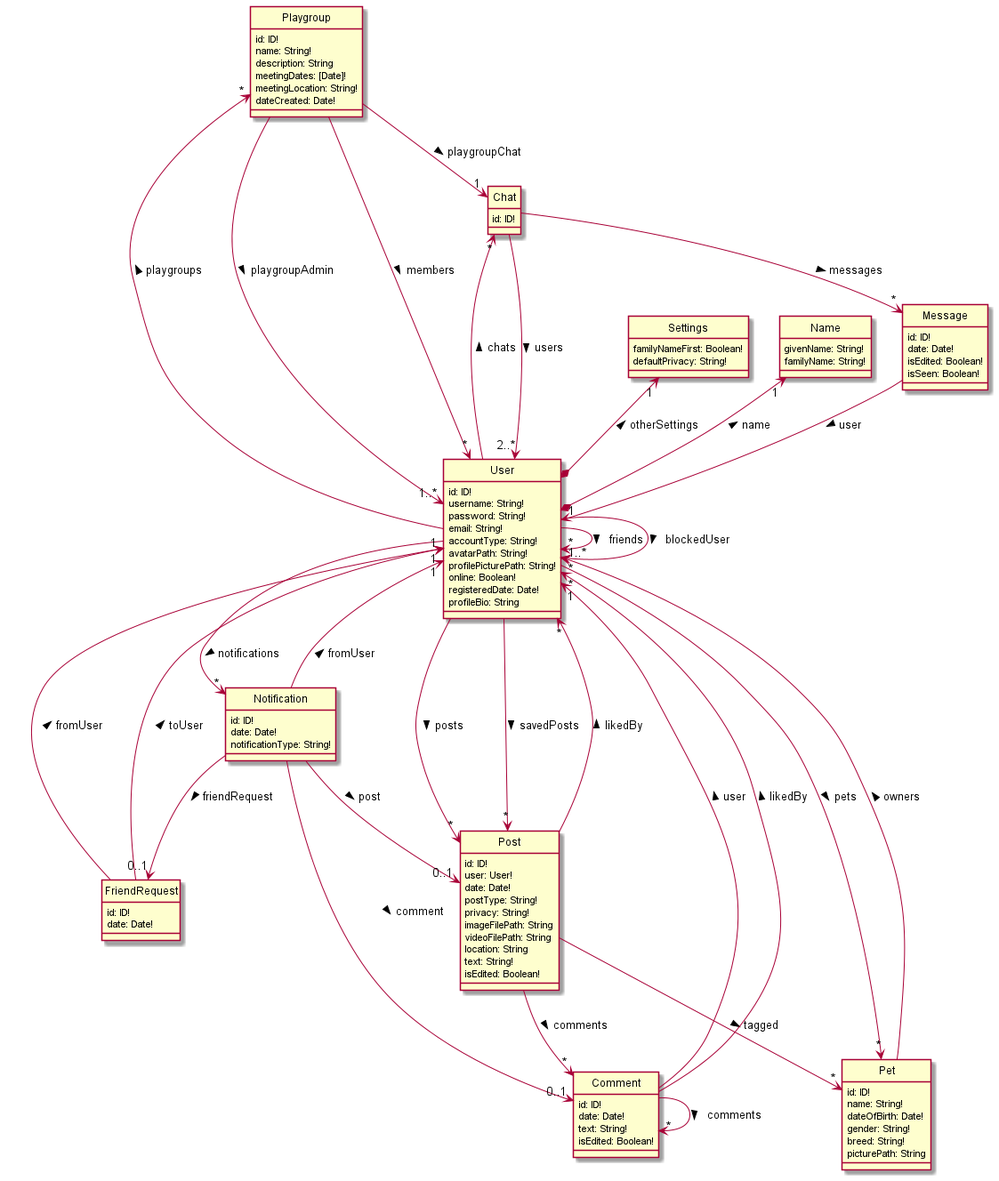
Earlier version of the PlantUML export docs/uml/DataSchemaExplicitConnections.png (bryanwhl/pet-social). Its diagram source:
```plantuml
@startuml DataSchema
hide circle
skinparam classAttributeIconSize 0

class User {
    id: ID!
    username: String!
    password: String!
    email: String!
    accountType: String!
    avatarPath: String!
    profilePicturePath: String!
    online: Boolean!
    registeredDate: Date!
    profileBio: String
}

class Name {
    givenName: String!
    familyName: String!
}

class Settings {
    familyNameFirst: Boolean!
    defaultPrivacy: String!
}

class Post {
    id: ID!
    user: User!
    date: Date!
    postType: String!
    privacy: String!
    imageFilePath: String
    videoFilePath: String
    location: String
    text: String!
    isEdited: Boolean!
}

class Comment {
    id: ID!
    date: Date!
    text: String!
    isEdited: Boolean!
}

class Notification {
    id: ID!
    date: Date!
    notificationType: String!
}

class Chat {
    id: ID!
}

class Message {
    id: ID!
    date: Date!
    isEdited: Boolean!
    isSeen: Boolean!
}

class Pet {
    id: ID!
    name: String!
    dateOfBirth: Date!
    gender: String!
    breed: String!
    picturePath: String
}

class Playgroup {
    id: ID!
    name: String!
    description: String
    meetingDates: [Date]!
    meetingLocation: String!
    dateCreated: Date!
}

class FriendRequest {
    id: ID!
    date: Date!
}

User *-up-> "1" Name : name >
User *-up-> "1" Settings : otherSettings >
User --> "*" User : friends >
User --> "*" User : blockedUser >
User --> "*" Post : posts >
User --> "*" Post : savedPosts >
User -up-> "*" Chat: chats >
User --> "*" Notification: notifications >
User -up-> "*" Playgroup: playgroups >
User --> "*" Pet: pets >

Post --> "*" Pet: tagged >
Post --> "*" User: likedBy >
Post --> "*" Comment: comments >

Comment --> "1" User: user >
Comment --> "*" User: likedBy >
Comment --> "*" Comment: comments >

Notification --> "0..1" Post: post >
Notification --> "1" User: fromUser >
Notification --> "0..1" FriendRequest: friendRequest >
Notification --> "0..1" Comment: comment >

Chat --> "2..*" User: users >
Chat --> "*" Message: messages >

Message --> "1" User: user >

Pet --> "1..*" User: owners >

Playgroup --> "1..*" User: playgroupAdmin >
Playgroup --> "*" User: members >
Playgroup --> "1" Chat: playgroupChat >

FriendRequest -left-> "1" User: fromUser >
FriendRequest -left-> "1" User: toUser >

@enduml
```
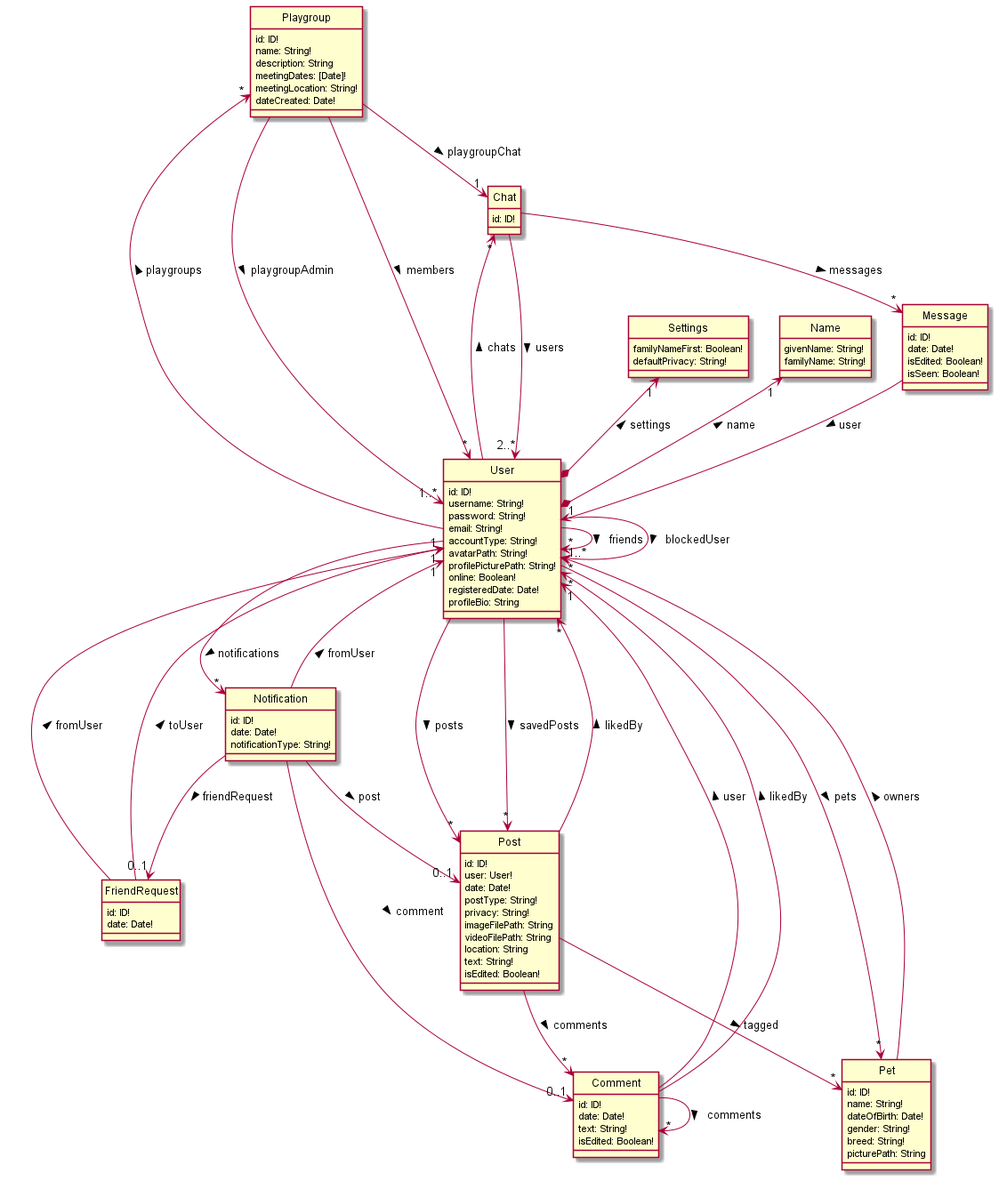
After the commit.

Change to the diagram source:
```diff
@@ -1,4 +1,4 @@
-@startuml DataSchema
+@startuml DataSchemaExplicitConnections
 hide circle
 skinparam classAttributeIconSize 0
 
@@ -86,7 +86,7 @@
 }
 
 User *-up-> "1" Name : name >
-User *-up-> "1" Settings : otherSettings >
+User *-up-> "1" Settings : settings >
 User --> "*" User : friends >
 User --> "*" User : blockedUser >
 User --> "*" Post : posts >
```
